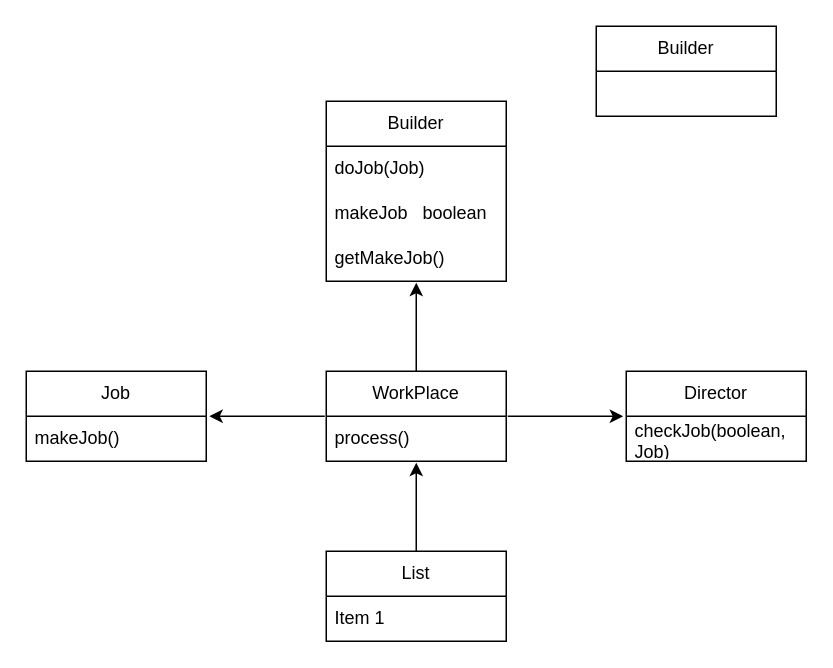
This is src/Structural/Facade.drawio from NikitaFoshch/UML, a draw.io file, before an edit. Source tidied: cells renumbered, new cells numbered last; positions are measured from the earlier drawing's top-left corner, leaving out a move shared by most shapes. Both pictures are drawn from the tidied source at 150%, with x=0, y=0 at pixel (26, 26).
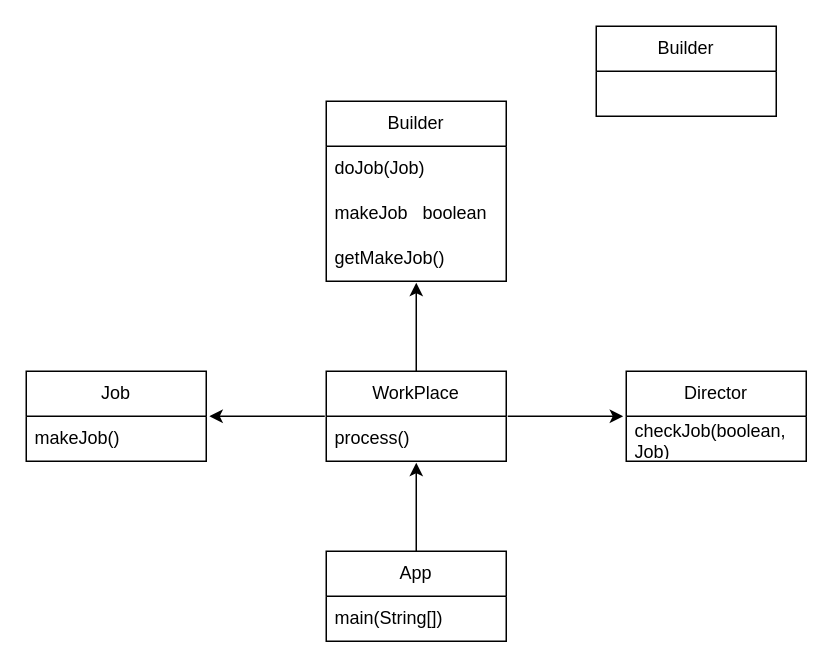
The same diagram, later.

Diff of the diagram source:
```diff
@@
 <mxGraphModel>
   <root>
     <mxCell id="0" />
     <mxCell id="1" parent="0" />
     <mxCell id="2" value="Builder" style="swimlane;fontStyle=0;horizontal=1;startSize=30;whiteSpace=wrap;html=1;direction=east;" parent="1" vertex="1">
       <mxGeometry x="380" width="120" height="60" as="geometry" />
     </mxCell>
     <mxCell id="3" style="edgeStyle=orthogonalEdgeStyle;rounded=0;jettySize=auto;html=1;exitX=0.5;exitY=0;exitDx=0;exitDy=0;entryX=0.5;entryY=1.033;entryDx=0;entryDy=0;entryPerimeter=0;" parent="1" edge="1" source="4" target="16">
       <mxGeometry relative="1" as="geometry" />
     </mxCell>
     <mxCell id="4" value="WorkPlace" style="swimlane;fontStyle=0;horizontal=1;startSize=30;whiteSpace=wrap;html=1;" parent="1" vertex="1">
       <mxGeometry x="200" y="230" width="120" height="60" as="geometry" />
     </mxCell>
     <mxCell id="5" value="process()" style="text;strokeColor=none;fillColor=none;align=left;verticalAlign=middle;spacingLeft=4;spacingRight=4;overflow=hidden;points=[[0,0.5],[1,0.5]];portConstraint=eastwest;whiteSpace=wrap;html=1;" parent="4" vertex="1">
       <mxGeometry y="30" width="120" height="30" as="geometry" />
     </mxCell>
     <mxCell id="6" style="edgeStyle=orthogonalEdgeStyle;rounded=0;jettySize=auto;html=1;exitX=0.5;exitY=0;exitDx=0;exitDy=0;entryX=0.5;entryY=1.033;entryDx=0;entryDy=0;entryPerimeter=0;" parent="1" edge="1" source="7" target="5">
       <mxGeometry relative="1" as="geometry" />
     </mxCell>
-    <mxCell id="7" value="List" style="swimlane;fontStyle=0;horizontal=1;startSize=30;whiteSpace=wrap;html=1;" parent="1" vertex="1">
+    <mxCell id="7" value="App" style="swimlane;fontStyle=0;horizontal=1;startSize=30;whiteSpace=wrap;html=1;" parent="1" vertex="1">
       <mxGeometry x="200" y="350" width="120" height="60" as="geometry" />
     </mxCell>
-    <mxCell id="8" value="Item 1" style="text;strokeColor=none;fillColor=none;align=left;verticalAlign=middle;spacingLeft=4;spacingRight=4;overflow=hidden;whiteSpace=wrap;html=1;" parent="7" vertex="1">
+    <mxCell id="8" value="main(String[])" style="text;strokeColor=none;fillColor=none;align=left;verticalAlign=middle;spacingLeft=4;spacingRight=4;overflow=hidden;whiteSpace=wrap;html=1;" parent="7" vertex="1">
       <mxGeometry y="30" width="120" height="30" as="geometry" />
     </mxCell>
     <mxCell id="9" value="Director" style="swimlane;fontStyle=0;horizontal=1;startSize=30;whiteSpace=wrap;html=1;" parent="1" vertex="1">
       <mxGeometry x="400" y="230" width="120" height="60" as="geometry" />
     </mxCell>
     <mxCell id="10" value="checkJob(boolean, Job)" style="text;strokeColor=none;fillColor=none;align=left;verticalAlign=middle;spacingLeft=4;spacingRight=4;overflow=hidden;points=[[0,0.5],[1,0.5]];portConstraint=eastwest;whiteSpace=wrap;html=1;" parent="9" vertex="1">
       <mxGeometry y="30" width="120" height="30" as="geometry" />
     </mxCell>
     <mxCell id="11" value="Job" style="swimlane;fontStyle=0;horizontal=1;startSize=30;whiteSpace=wrap;html=1;" parent="1" vertex="1">
       <mxGeometry y="230" width="120" height="60" as="geometry" />
     </mxCell>
     <mxCell id="12" value="makeJob()" style="text;strokeColor=none;fillColor=none;align=left;verticalAlign=middle;spacingLeft=4;spacingRight=4;overflow=hidden;points=[[0,0.5],[1,0.5]];portConstraint=eastwest;whiteSpace=wrap;html=1;" parent="11" vertex="1">
       <mxGeometry y="30" width="120" height="30" as="geometry" />
     </mxCell>
     <mxCell id="13" value="Builder" style="swimlane;fontStyle=0;horizontal=1;startSize=30;whiteSpace=wrap;html=1;" parent="1" vertex="1">
       <mxGeometry x="200" y="50" width="120" height="120" as="geometry" />
     </mxCell>
     <mxCell id="14" value="doJob(Job)" style="text;strokeColor=none;fillColor=none;align=left;verticalAlign=middle;spacingLeft=4;spacingRight=4;overflow=hidden;whiteSpace=wrap;html=1;" parent="13" vertex="1">
       <mxGeometry y="30" width="120" height="30" as="geometry" />
     </mxCell>
     <mxCell id="15" value="makeJob&amp;nbsp; &amp;nbsp;boolean" style="text;strokeColor=none;fillColor=none;align=left;verticalAlign=middle;spacingLeft=4;spacingRight=4;overflow=hidden;whiteSpace=wrap;html=1;" parent="13" vertex="1">
       <mxGeometry y="60" width="120" height="30" as="geometry" />
     </mxCell>
     <mxCell id="16" value="getMakeJob()" style="text;strokeColor=none;fillColor=none;align=left;verticalAlign=middle;spacingLeft=4;spacingRight=4;overflow=hidden;points=[[0,0.5],[1,0.5]];portConstraint=eastwest;whiteSpace=wrap;html=1;" parent="13" vertex="1">
       <mxGeometry y="90" width="120" height="30" as="geometry" />
     </mxCell>
     <mxCell id="17" style="endArrow=classic;html=1;rounded=0;exitX=1.008;exitY=0;exitDx=0;exitDy=0;exitPerimeter=0;entryX=-0.017;entryY=0;entryDx=0;entryDy=0;entryPerimeter=0;" parent="1" edge="1" source="5" target="10">
       <mxGeometry relative="1" as="geometry" />
     </mxCell>
     <mxCell id="18" style="endArrow=classic;html=1;rounded=0;exitX=-0.008;exitY=0;exitDx=0;exitDy=0;exitPerimeter=0;entryX=1.017;entryY=0;entryDx=0;entryDy=0;entryPerimeter=0;" parent="1" edge="1" source="5" target="12">
       <mxGeometry relative="1" as="geometry" />
     </mxCell>
   </root>
 </mxGraphModel>
```
